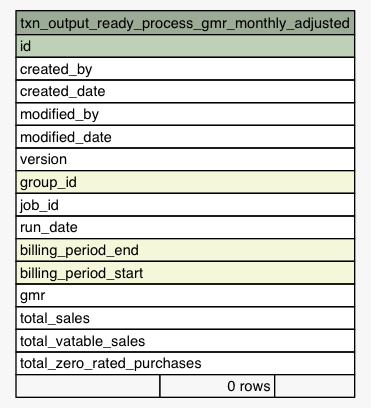
eyana-m/python-data-dictionary-writer keeps this Graphviz diagram as Data/settlement/diagrams/summary/txn_output_ready_process_gmr_monthly_adjusted.1degree.png. Above is the earlier version. Its source is kept beside it as Data/settlement/diagrams/summary/txn_output_ready_process_gmr_monthly_adjusted.1degree.dot. The source it was exported from:
```dot
digraph "txn_output_ready_process_gmr_monthly_adjusted" {
  graph [
    rankdir="RL"
    bgcolor="#f7f7f7"
    nodesep="0.18"
    ranksep="0.46"
    fontname="Helvetica"
    fontsize="11"
  ];
  node [
    fontname="Helvetica"
    fontsize="11"
    shape="plaintext"
  ];
  edge [
    arrowsize="0.8"
  ];
  "txn_output_ready_process_gmr_monthly_adjusted" [
    label=<
    <TABLE BORDER="0" CELLBORDER="1" CELLSPACING="0" BGCOLOR="#ffffff">
      <TR><TD COLSPAN="3" BGCOLOR="#9bab96" ALIGN="CENTER">txn_output_ready_process_gmr_monthly_adjusted</TD></TR>
      <TR><TD PORT="id" COLSPAN="3" BGCOLOR="#bed1b8" ALIGN="LEFT">id</TD></TR>
      <TR><TD PORT="created_by" COLSPAN="3" ALIGN="LEFT">created_by</TD></TR>
      <TR><TD PORT="created_date" COLSPAN="3" ALIGN="LEFT">created_date</TD></TR>
      <TR><TD PORT="modified_by" COLSPAN="3" ALIGN="LEFT">modified_by</TD></TR>
      <TR><TD PORT="modified_date" COLSPAN="3" ALIGN="LEFT">modified_date</TD></TR>
      <TR><TD PORT="version" COLSPAN="3" ALIGN="LEFT">version</TD></TR>
      <TR><TD PORT="group_id" COLSPAN="3" BGCOLOR="#f4f7da" ALIGN="LEFT">group_id</TD></TR>
      <TR><TD PORT="job_id" COLSPAN="3" ALIGN="LEFT">job_id</TD></TR>
      <TR><TD PORT="run_date" COLSPAN="3" ALIGN="LEFT">run_date</TD></TR>
      <TR><TD PORT="billing_period_end" COLSPAN="3" BGCOLOR="#f4f7da" ALIGN="LEFT">billing_period_end</TD></TR>
      <TR><TD PORT="billing_period_start" COLSPAN="3" BGCOLOR="#f4f7da" ALIGN="LEFT">billing_period_start</TD></TR>
      <TR><TD PORT="gmr" COLSPAN="3" ALIGN="LEFT">gmr</TD></TR>
      <TR><TD PORT="total_sales" COLSPAN="3" ALIGN="LEFT">total_sales</TD></TR>
      <TR><TD PORT="total_vatable_sales" COLSPAN="3" ALIGN="LEFT">total_vatable_sales</TD></TR>
      <TR><TD PORT="total_zero_rated_purchases" COLSPAN="3" ALIGN="LEFT">total_zero_rated_purchases</TD></TR>
      <TR><TD ALIGN="LEFT" BGCOLOR="#f7f7f7">  </TD><TD ALIGN="RIGHT" BGCOLOR="#f7f7f7">0 rows</TD><TD ALIGN="RIGHT" BGCOLOR="#f7f7f7">  </TD></TR>
    </TABLE>>
    URL="tables/txn_output_ready_process_gmr_monthly_adjusted.html"
    tooltip="txn_output_ready_process_gmr_monthly_adjusted"
  ];
}
```
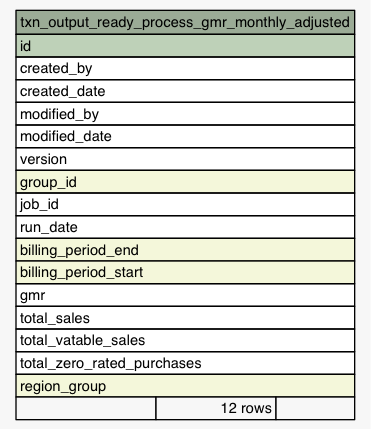
After the commit.

Diff of the diagram source:
```diff
@@ -34,7 +34,8 @@
       <TR><TD PORT="total_sales" COLSPAN="3" ALIGN="LEFT">total_sales</TD></TR>
       <TR><TD PORT="total_vatable_sales" COLSPAN="3" ALIGN="LEFT">total_vatable_sales</TD></TR>
       <TR><TD PORT="total_zero_rated_purchases" COLSPAN="3" ALIGN="LEFT">total_zero_rated_purchases</TD></TR>
-      <TR><TD ALIGN="LEFT" BGCOLOR="#f7f7f7">  </TD><TD ALIGN="RIGHT" BGCOLOR="#f7f7f7">0 rows</TD><TD ALIGN="RIGHT" BGCOLOR="#f7f7f7">  </TD></TR>
+      <TR><TD PORT="region_group" COLSPAN="3" BGCOLOR="#f4f7da" ALIGN="LEFT">region_group</TD></TR>
+      <TR><TD ALIGN="LEFT" BGCOLOR="#f7f7f7">  </TD><TD ALIGN="RIGHT" BGCOLOR="#f7f7f7">12 rows</TD><TD ALIGN="RIGHT" BGCOLOR="#f7f7f7">  </TD></TR>
     </TABLE>>
     URL="tables/txn_output_ready_process_gmr_monthly_adjusted.html"
     tooltip="txn_output_ready_process_gmr_monthly_adjusted"
```
